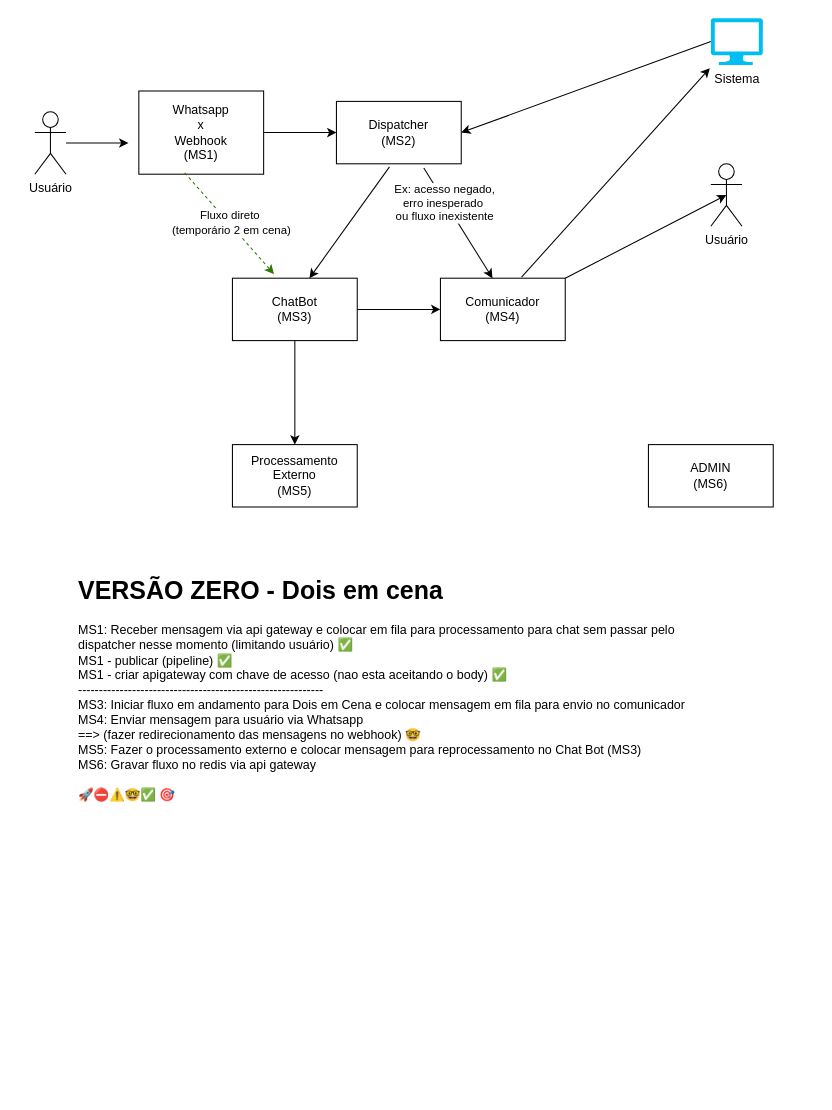
Earlier version of the draw.io diagram fluxo-geral.drawio (LeoKvra/zappa-docs). Source tidied: cells renumbered, new cells numbered last; positions are measured from the earlier drawing's top-left corner, leaving out a move shared by most shapes. Both pictures are drawn from the tidied source at 104%, with x=0, y=0 at pixel (34, 18).
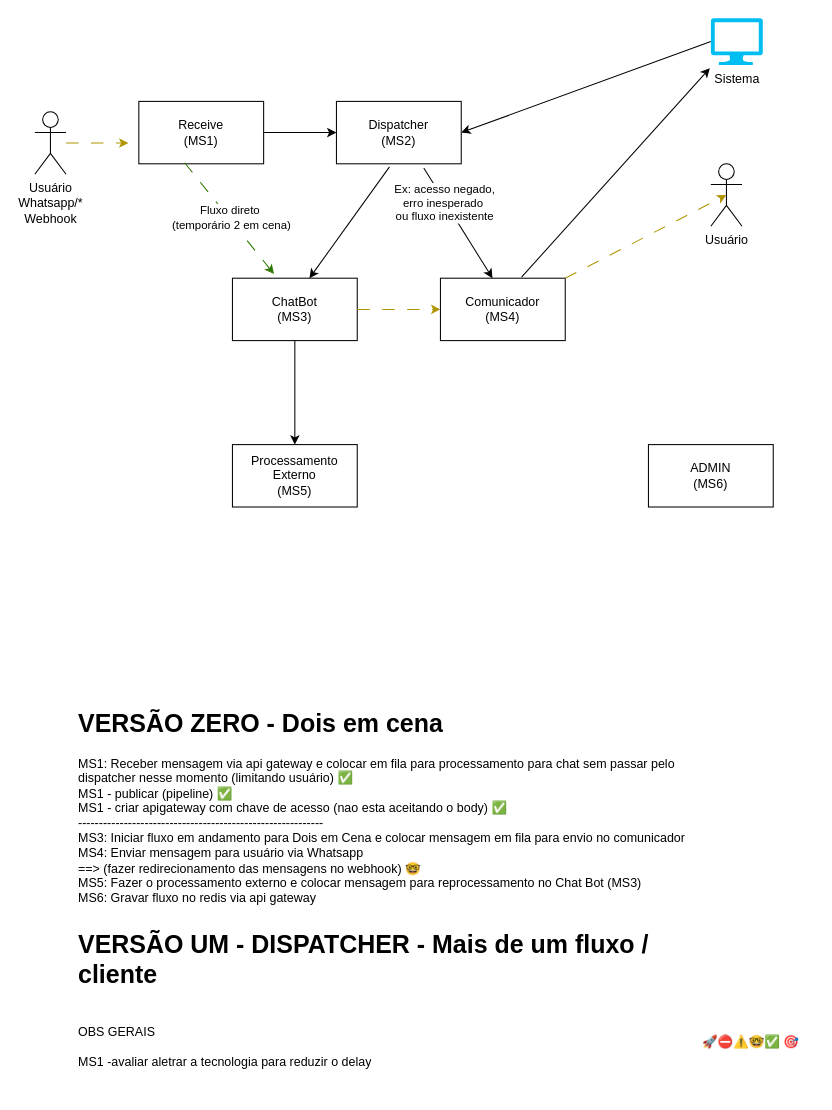
The same page after the edit.

Unchanged cells that the change refers to:
```xml
<mxCell id="6" value="ChatBot&lt;br&gt;(MS3)" style="rounded=0;whiteSpace=wrap;html=1;" parent="1" vertex="1">
  <mxGeometry x="190" y="250" width="120" height="60" as="geometry" />
</mxCell>
<mxCell id="10" value="Comunicador&lt;br&gt;(MS4)" style="rounded=0;whiteSpace=wrap;html=1;" parent="1" vertex="1">
  <mxGeometry x="390" y="250" width="120" height="60" as="geometry" />
</mxCell>
<mxCell id="17" value="Usuário" style="shape=umlActor;verticalLabelPosition=bottom;verticalAlign=top;html=1;outlineConnect=0;" parent="1" vertex="1">
  <mxGeometry x="650" y="140" width="30" height="60" as="geometry" />
</mxCell>
```

What changed in the source:
```diff
@@
-    <mxCell id="2" value="Usuário" style="shape=umlActor;verticalLabelPosition=bottom;verticalAlign=top;html=1;outlineConnect=0;" parent="1" vertex="1">
+    <mxCell id="2" value="Usuário&lt;div&gt;Whatsapp/*&lt;br&gt;Webhook&lt;/div&gt;" style="shape=umlActor;verticalLabelPosition=bottom;verticalAlign=top;html=1;outlineConnect=0;" parent="1" vertex="1">
       <mxGeometry y="90" width="30" height="60" as="geometry" />
     </mxCell>
-    <mxCell id="3" value="Whatsapp&lt;br&gt;x&lt;br&gt;Webhook&lt;br&gt;(MS1)" style="rounded=0;whiteSpace=wrap;html=1;" parent="1" vertex="1">
-      <mxGeometry x="100" y="70" width="120" height="80" as="geometry" />
+    <mxCell id="3" value="Receive&lt;br&gt;(MS1)" style="rounded=0;whiteSpace=wrap;html=1;" parent="1" vertex="1">
+      <mxGeometry x="100" y="80" width="120" height="60" as="geometry" />
     </mxCell>
-    <mxCell id="4" style="endArrow=classic;html=1;rounded=0;" parent="1" edge="1" source="2">
+    <mxCell id="4" style="endArrow=classic;html=1;rounded=0;dashed=1;dashPattern=12 12;fillColor=#e3c800;strokeColor=#B09500;" parent="1" edge="1" source="2">
       <mxGeometry relative="1" as="geometry">
         <mxPoint x="90" y="120" as="targetPoint" />
       </mxGeometry>
     </mxCell>
@@
-    <mxCell id="8" style="endArrow=classic;html=1;rounded=0;exitX=0.367;exitY=0.983;exitDx=0;exitDy=0;exitPerimeter=0;entryX=0.333;entryY=-0.067;entryDx=0;entryDy=0;entryPerimeter=0;dashed=1;fillColor=#60a917;strokeColor=#2D7600;" parent="1" edge="1" source="3" target="6">
+    <mxCell id="8" style="endArrow=classic;html=1;rounded=0;exitX=0.367;exitY=0.983;exitDx=0;exitDy=0;exitPerimeter=0;entryX=0.333;entryY=-0.067;entryDx=0;entryDy=0;entryPerimeter=0;dashed=1;fillColor=#60a917;strokeColor=#2D7600;dashPattern=12 12;" parent="1" edge="1" source="3" target="6">
       <mxGeometry relative="1" as="geometry" />
     </mxCell>
@@
-    <mxCell id="16" style="endArrow=classic;html=1;rounded=0;exitX=1;exitY=0.5;exitDx=0;exitDy=0;entryX=0;entryY=0.5;entryDx=0;entryDy=0;" parent="1" edge="1" source="6" target="10">
+    <mxCell id="16" style="endArrow=classic;html=1;rounded=0;exitX=1;exitY=0.5;exitDx=0;exitDy=0;entryX=0;entryY=0.5;entryDx=0;entryDy=0;dashed=1;dashPattern=12 12;fillColor=#e3c800;strokeColor=#B09500;" parent="1" edge="1" source="6" target="10">
       <mxGeometry relative="1" as="geometry" />
     </mxCell>
@@
-    <mxCell id="18" style="endArrow=classic;html=1;rounded=0;exitX=1;exitY=0;exitDx=0;exitDy=0;entryX=0.5;entryY=0.5;entryDx=0;entryDy=0;entryPerimeter=0;" parent="1" edge="1" source="10" target="17">
+    <mxCell id="18" style="endArrow=classic;html=1;rounded=0;exitX=1;exitY=0;exitDx=0;exitDy=0;entryX=0.5;entryY=0.5;entryDx=0;entryDy=0;entryPerimeter=0;dashed=1;dashPattern=12 12;fillColor=#e3c800;strokeColor=#B09500;" parent="1" edge="1" source="10" target="17">
       <mxGeometry relative="1" as="geometry" />
     </mxCell>
@@
-    <mxCell id="22" value="&lt;h1 style=&quot;margin-top: 0px;&quot;&gt;VERSÃO ZERO - Dois em cena&lt;/h1&gt;&lt;div&gt;MS1: Receber mensagem via api gateway e colocar em fila para processamento para chat sem passar pelo dispatcher nesse momento (limitando usuário)&amp;nbsp;&lt;span style=&quot;background-color: initial;&quot;&gt;✅&lt;br&gt;&lt;/span&gt;&lt;span style=&quot;background-color: initial;&quot;&gt;MS1 - publicar (pipeline)&amp;nbsp;&lt;/span&gt;✅&lt;span style=&quot;background-color: initial;&quot;&gt;&lt;br&gt;MS1 - criar apigateway com chave de acesso&amp;nbsp;&lt;/span&gt;(nao esta&amp;nbsp;aceitando o body) ✅&lt;br&gt;&lt;span style=&quot;background-color: initial;&quot;&gt;-----------------------------------------------------------&lt;br&gt;MS3: Iniciar fluxo em andamento para Dois em Cena e colocar mensagem em fila para envio no comunicador&lt;br&gt;&lt;/span&gt;MS4: Enviar mensagem para usuário via Whatsapp&lt;br&gt;&lt;/div&gt;&lt;div&gt;==&amp;gt; (fazer redirecionamento das mensagens no webhook) 🤓&lt;br&gt;&lt;/div&gt;&lt;div&gt;MS5: Fazer o processamento externo e colocar mensagem para reprocessamento no Chat Bot (MS3)&lt;br&gt;MS6: Gravar fluxo no redis via api gateway&lt;br&gt;&lt;br&gt;🚀⛔⚠️🤓✅&amp;nbsp;🎯&lt;br&gt;&lt;/div&gt;" style="text;html=1;whiteSpace=wrap;overflow=hidden;rounded=0;" parent="1" vertex="1">
-      <mxGeometry x="40" y="530" width="620" height="270" as="geometry" />
+    <mxCell id="22" value="&lt;h1 style=&quot;margin-top: 0px;&quot;&gt;VERSÃO ZERO - Dois em cena&lt;/h1&gt;&lt;div&gt;MS1: Receber mensagem via api gateway e colocar em fila para processamento para chat sem passar pelo dispatcher nesse momento (limitando usuário)&amp;nbsp;&lt;span style=&quot;background-color: initial;&quot;&gt;✅&lt;br&gt;&lt;/span&gt;&lt;span style=&quot;background-color: initial;&quot;&gt;MS1 - publicar (pipeline)&amp;nbsp;&lt;/span&gt;✅&lt;span style=&quot;background-color: initial;&quot;&gt;&lt;br&gt;MS1 - criar apigateway com chave de acesso&amp;nbsp;&lt;/span&gt;(nao esta&amp;nbsp;aceitando o body) ✅&lt;br&gt;&lt;span style=&quot;background-color: initial;&quot;&gt;-----------------------------------------------------------&lt;br&gt;MS3: Iniciar fluxo em andamento para Dois em Cena e colocar mensagem em fila para envio no comunicador&lt;br&gt;&lt;/span&gt;MS4: Enviar mensagem para usuário via Whatsapp&lt;br&gt;&lt;/div&gt;&lt;div&gt;==&amp;gt; (fazer redirecionamento das mensagens no webhook) 🤓&lt;br&gt;&lt;/div&gt;&lt;div&gt;MS5: Fazer o processamento externo e colocar mensagem para reprocessamento no Chat Bot (MS3)&lt;br&gt;MS6: Gravar fluxo no redis via api gateway&lt;br&gt;&lt;br&gt;&lt;br&gt;&lt;/div&gt;" style="text;html=1;whiteSpace=wrap;overflow=hidden;rounded=0;" parent="1" vertex="1">
+      <mxGeometry x="40" y="658" width="620" height="208" as="geometry" />
     </mxCell>
@@
+    <mxCell id="24" value="&lt;h1 style=&quot;margin-top: 0px;&quot;&gt;VERSÃO UM - DISPATCHER - Mais de um fluxo / cliente&lt;/h1&gt;&lt;div&gt;&lt;br&gt;&lt;/div&gt;" style="text;html=1;whiteSpace=wrap;overflow=hidden;rounded=0;" parent="1" vertex="1">
+      <mxGeometry x="40" y="870" width="620" height="80" as="geometry" />
+    </mxCell>
+    <mxCell id="25" value="&lt;h1 style=&quot;margin-top: 0px;&quot;&gt;&lt;span style=&quot;background-color: initial; font-size: 12px; font-weight: normal;&quot;&gt;🚀⛔⚠️🤓✅&amp;nbsp;🎯&lt;/span&gt;&lt;br&gt;&lt;/h1&gt;" style="text;html=1;whiteSpace=wrap;overflow=hidden;rounded=0;" parent="1" vertex="1">
+      <mxGeometry x="640" y="960" width="110" height="40" as="geometry" />
+    </mxCell>
+    <mxCell id="26" value="&lt;h1 style=&quot;margin-top: 0px;&quot;&gt;&lt;span style=&quot;background-color: initial; font-size: 12px; font-weight: normal;&quot;&gt;OBS GERAIS&lt;br&gt;MS1 -avaliar aletrar a tecnologia para reduzir&amp;nbsp;o delay&lt;/span&gt;&lt;br&gt;&lt;/h1&gt;" style="text;html=1;whiteSpace=wrap;overflow=hidden;rounded=0;" parent="1" vertex="1">
+      <mxGeometry x="40" y="950" width="390" height="80" as="geometry" />
+    </mxCell>
```
